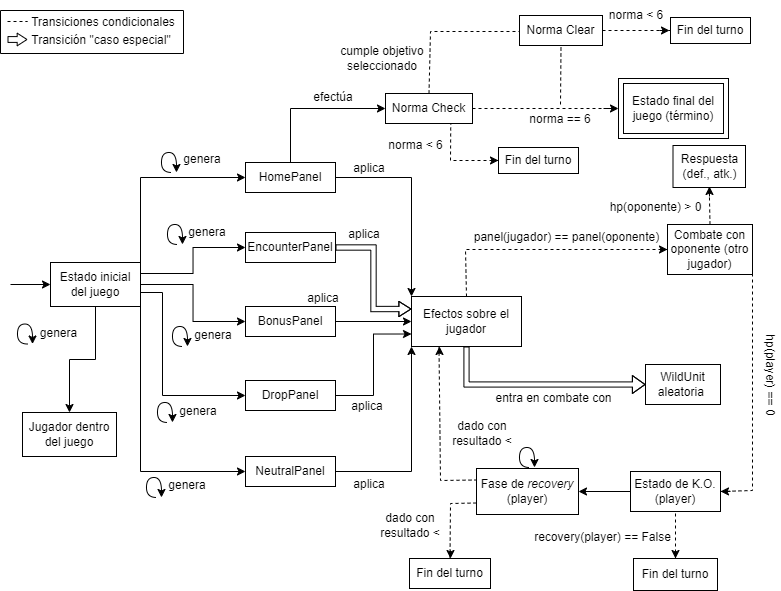
This is docs/diagrama-estados.png from maxfloresv/citric-liquid, a draw.io export, as it was before one commit. Source tidied: cells renumbered, new cells last; positions are measured from the earlier drawing's top-left corner, leaving out a move shared by most shapes.
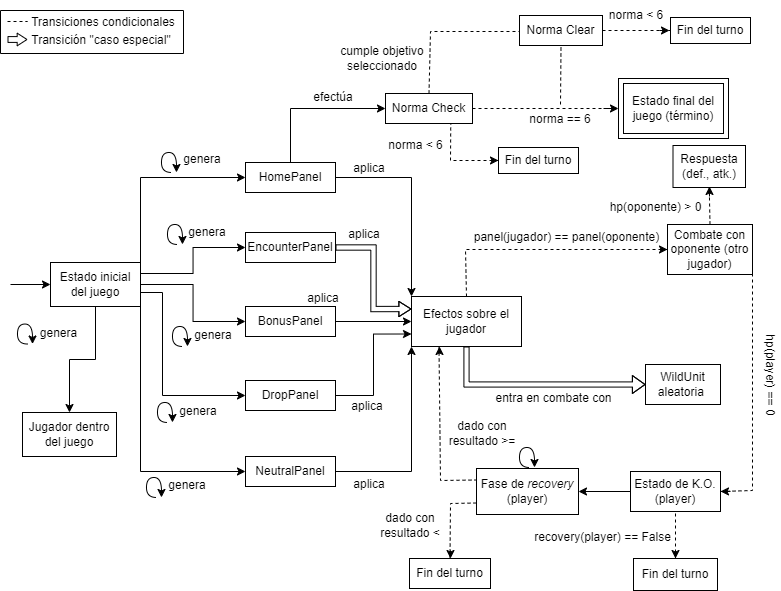
The same diagram one commit later.

Commit message:
Tarea 3 - Entrega Parcial 5

Diff of the diagram source:
```diff
@@ -399,7 +399,7 @@
         <mxPoint x="439" y="346" as="targetPoint" />
       </mxGeometry>
     </mxCell>
-    <mxCell id="93" value="dado con resultado &amp;lt;" style="text;html=1;strokeColor=none;fillColor=none;align=center;verticalAlign=middle;whiteSpace=wrap;rounded=0;" parent="1" vertex="1">
+    <mxCell id="93" value="dado con resultado &amp;gt;=" style="text;html=1;strokeColor=none;fillColor=none;align=center;verticalAlign=middle;whiteSpace=wrap;rounded=0;" parent="1" vertex="1">
       <mxGeometry x="436.5" y="408" width="90" height="50" as="geometry" />
     </mxCell>
   </root>
```
